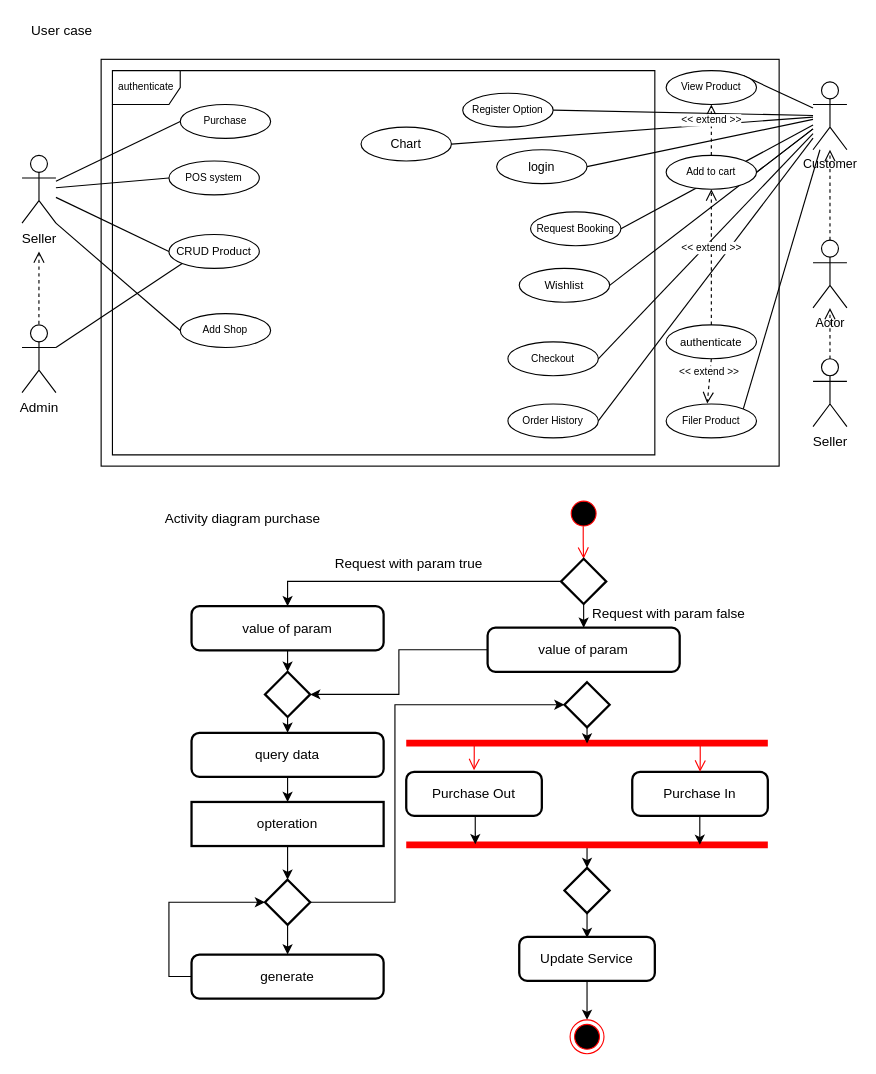
Before: page "Page-2" (2 of 5) of SeviceHandler.drawio in iphearum/Documents, a draw.io diagram. Source tidied: cells renumbered, new cells numbered last; positions are measured from the earlier drawing's top-left corner, leaving out a move shared by most shapes. Both pictures are drawn from the tidied source at 113%, with x=0, y=0 at pixel (21, 19).
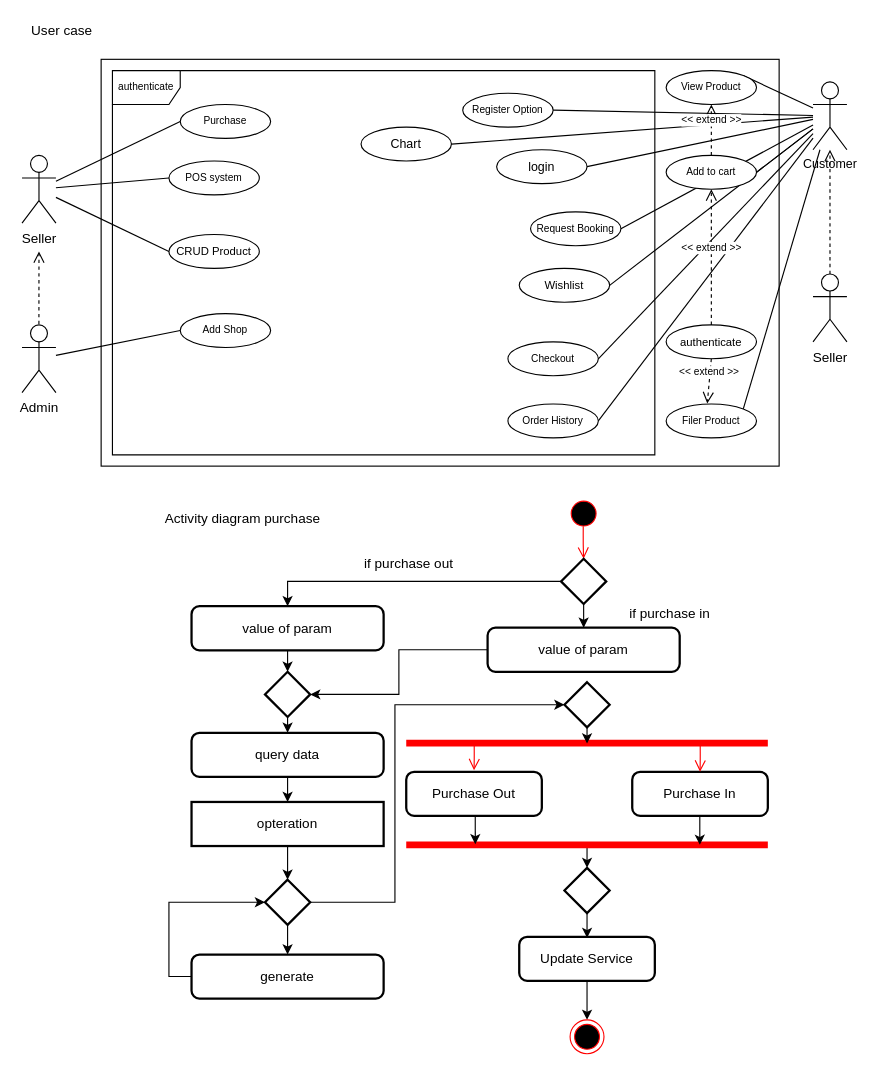
The same diagram, later.

Unchanged cells that the change refers to:
```xml
<mxCell id="5" value="Seller" style="shape=umlActor;verticalLabelPosition=bottom;labelBackgroundColor=#ffffff;verticalAlign=top;html=1;" parent="1" vertex="1">
  <mxGeometry y="120" width="30" height="60" as="geometry" />
</mxCell>
<mxCell id="6" value="Admin" style="shape=umlActor;verticalLabelPosition=bottom;labelBackgroundColor=#ffffff;verticalAlign=top;html=1;" parent="1" vertex="1">
  <mxGeometry y="270" width="30" height="60" as="geometry" />
</mxCell>
<mxCell id="9" value="CRUD Product" style="ellipse;whiteSpace=wrap;html=1;fontSize=10;" parent="1" vertex="1">
  <mxGeometry x="130" y="190" width="80" height="30" as="geometry" />
</mxCell>
<mxCell id="16" value="Add Shop" style="ellipse;whiteSpace=wrap;html=1;fontSize=9;" parent="1" vertex="1">
  <mxGeometry x="140" y="260" width="80" height="30" as="geometry" />
</mxCell>
<mxCell id="20" value="Customer" style="shape=umlActor;verticalLabelPosition=bottom;labelBackgroundColor=#ffffff;verticalAlign=top;html=1;fontSize=11;" parent="1" vertex="1">
  <mxGeometry x="700" y="55" width="30" height="60" as="geometry" />
</mxCell>
```

Diff of the diagram source:
```diff
@@
-    <mxCell id="21" value="Actor" style="shape=umlActor;verticalLabelPosition=bottom;labelBackgroundColor=#ffffff;verticalAlign=top;html=1;fontSize=11;" parent="1" vertex="1">
-      <mxGeometry x="700" y="195" width="30" height="60" as="geometry" />
-    </mxCell>
     <mxCell id="22" value="Seller" style="shape=umlActor;verticalLabelPosition=bottom;labelBackgroundColor=#ffffff;verticalAlign=top;html=1;" parent="1" vertex="1">
-      <mxGeometry x="700" y="300" width="30" height="60" as="geometry" />
+      <mxGeometry x="700" y="225" width="30" height="60" as="geometry" />
     </mxCell>
-    <mxCell id="23" style="html=1;verticalAlign=bottom;endArrow=open;dashed=1;endSize=8;" parent="1" edge="1" source="22" target="21">
-      <mxGeometry relative="1" as="geometry" />
-    </mxCell>
-    <mxCell id="24" style="html=1;verticalAlign=bottom;endArrow=open;dashed=1;endSize=8;exitX=0.5;exitY=0;exitDx=0;exitDy=0;exitPerimeter=0;" parent="1" edge="1" source="21" target="20">
+    <mxCell id="24" style="html=1;verticalAlign=bottom;endArrow=open;dashed=1;endSize=8;exitX=0.5;exitY=0;exitDx=0;exitDy=0;exitPerimeter=0;" parent="1" edge="1" source="22" target="20">
       <mxGeometry relative="1" as="geometry" />
     </mxCell>
@@
-    <mxCell id="28" style="endArrow=none;html=1;fontSize=11;entryX=0;entryY=0.5;entryDx=0;entryDy=0;exitX=1;exitY=1;exitDx=0;exitDy=0;exitPerimeter=0;" parent="1" edge="1" source="5" target="16">
-      <mxGeometry relative="1" as="geometry" />
-    </mxCell>
-    <mxCell id="29" style="endArrow=none;html=1;fontSize=11;entryX=0;entryY=1;entryDx=0;entryDy=0;exitX=1;exitY=0.3333333333333333;exitDx=0;exitDy=0;exitPerimeter=0;" parent="1" edge="1" source="6" target="9">
-      <mxGeometry relative="1" as="geometry" />
-    </mxCell>
@@
-    <mxCell id="70" value="Request with param true" style="text;html=1;align=center;verticalAlign=middle;" parent="1" vertex="1">
-      <mxGeometry x="271" y="473" width="141" height="17" as="geometry" />
+    <mxCell id="70" value="if purchase out" style="text;html=1;align=center;verticalAlign=middle;" parent="1" vertex="1">
+      <mxGeometry x="297" y="473" width="89" height="17" as="geometry" />
     </mxCell>
-    <mxCell id="71" value="Request with param false" style="text;html=1;align=center;verticalAlign=middle;" parent="1" vertex="1">
-      <mxGeometry x="499" y="517" width="146" height="17" as="geometry" />
+    <mxCell id="71" value="if purchase in" style="text;html=1;align=center;verticalAlign=middle;" parent="1" vertex="1">
+      <mxGeometry x="532" y="517" width="81" height="17" as="geometry" />
     </mxCell>
@@
+    <mxCell id="85" style="endArrow=none;html=1;fontSize=11;entryX=0;entryY=0.5;entryDx=0;entryDy=0;" parent="1" edge="1" source="6" target="16">
+      <mxGeometry relative="1" as="geometry" />
+    </mxCell>
```
